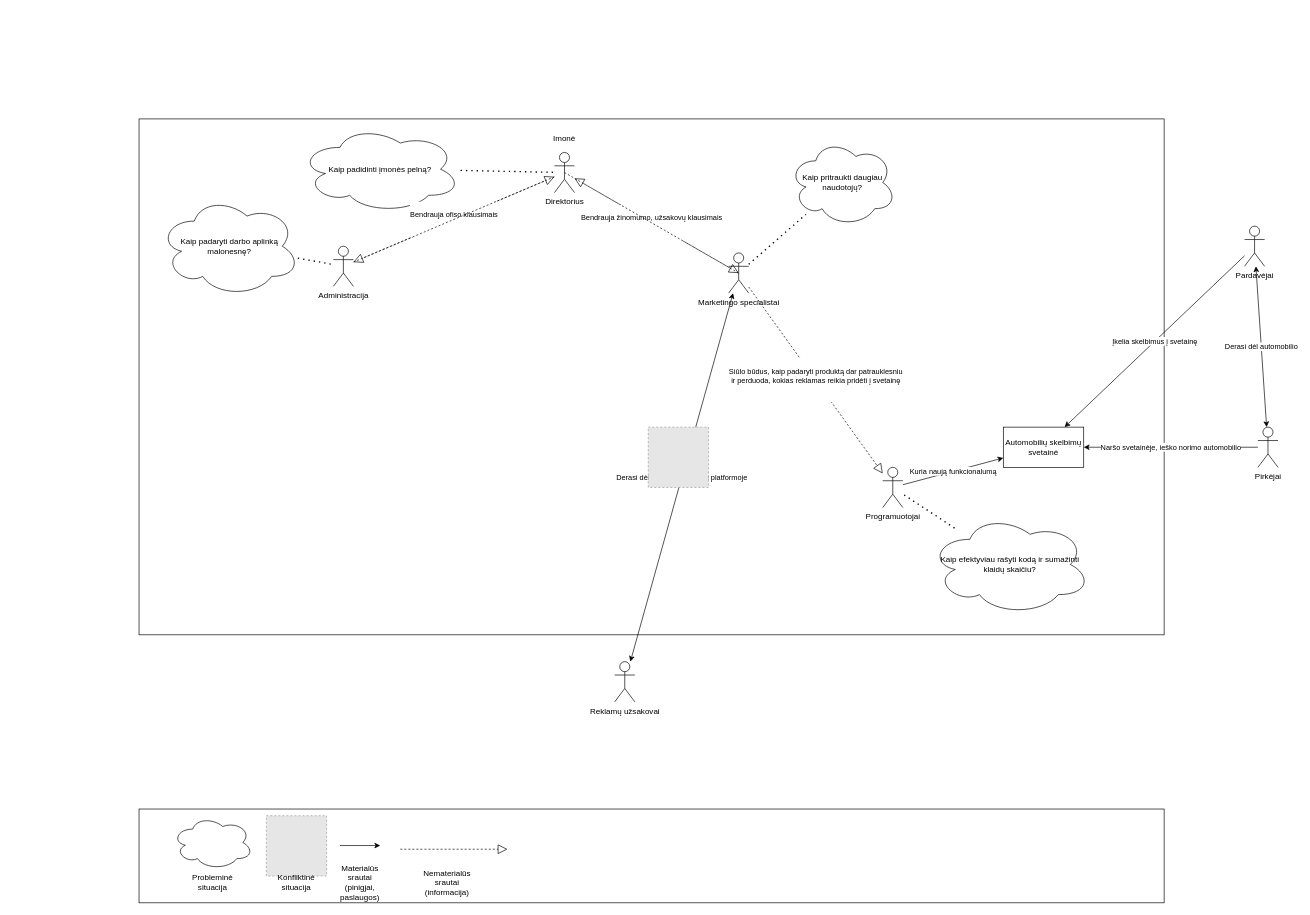
This is Vaizdusis_paveikslelis.drawio from LuckyRads/Car-Marketplace-KP, a draw.io file, before an edit. Source tidied: cells renumbered, new cells numbered last; positions are measured from the earlier drawing's top-left corner, leaving out a move shared by most shapes. Both pictures are drawn from the tidied source at 67%, with x=0, y=0 at pixel (139, 119). Pictures stored in the file or linked from it are replaced by grey dashed boxes.
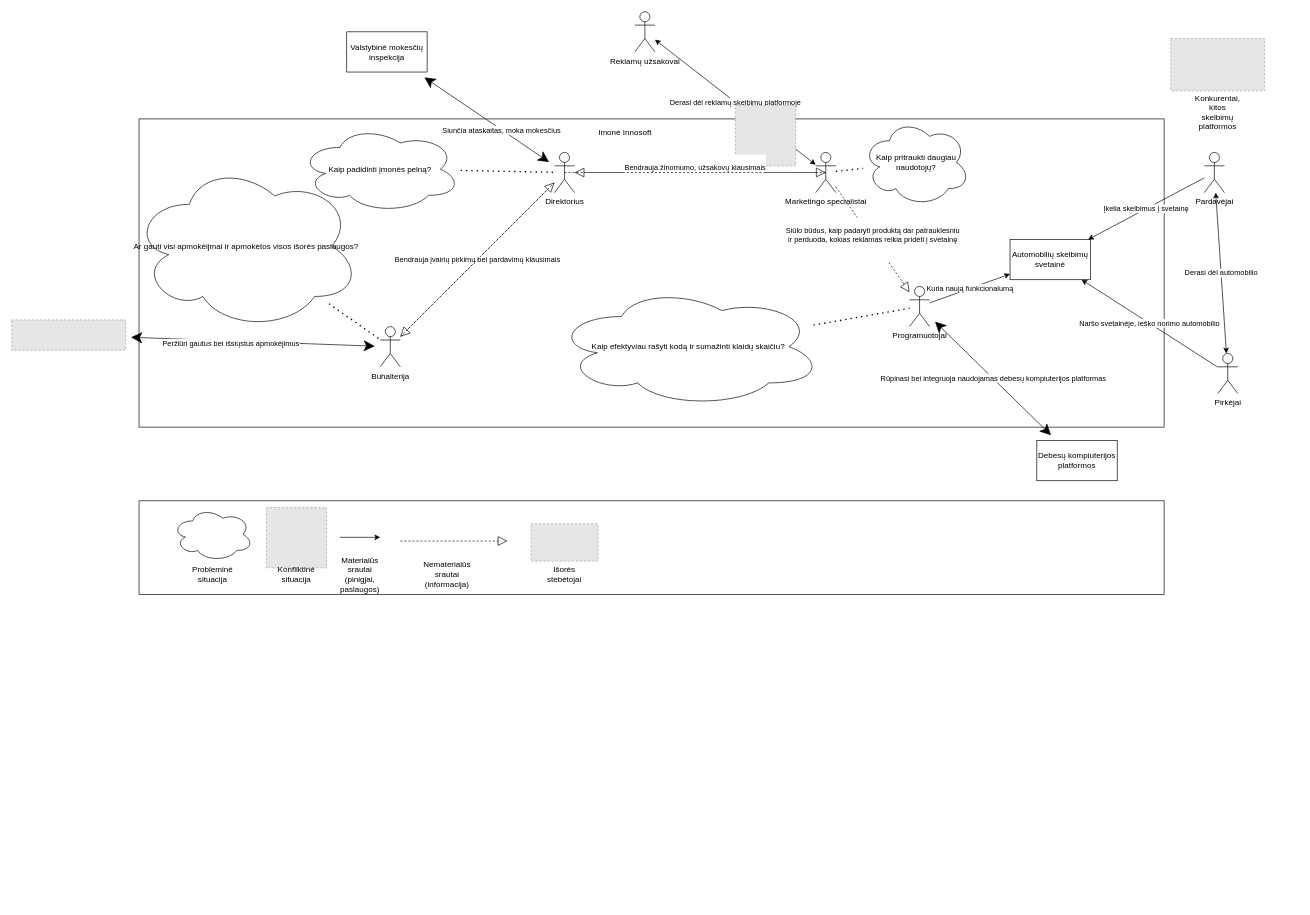
Above is the later version.

Unchanged cells that the change refers to:
```xml
<mxCell id="4" value="&lt;div&gt;Direktorius&lt;/div&gt;" style="shape=umlActor;verticalLabelPosition=bottom;verticalAlign=top;html=1;outlineConnect=0;" parent="1" vertex="1">
  <mxGeometry x="620" y="50" width="30" height="60" as="geometry" />
</mxCell>
```

What changed in the source:
```diff
@@
     <mxCell id="2" style="rounded=0;whiteSpace=wrap;html=1;" parent="1" vertex="1">
-      <mxGeometry width="1530" height="770" as="geometry" />
+      <mxGeometry width="1530" height="460" as="geometry" />
     </mxCell>
-    <mxCell id="3" value="Imonė" style="text;html=1;strokeColor=none;fillColor=none;align=center;verticalAlign=middle;whiteSpace=wrap;rounded=0;" parent="1" vertex="1">
-      <mxGeometry x="615" y="20" width="40" height="20" as="geometry" />
+    <mxCell id="3" value="Imonė Innosoft" style="text;html=1;strokeColor=none;fillColor=none;align=center;verticalAlign=middle;whiteSpace=wrap;rounded=0;" parent="1" vertex="1">
+      <mxGeometry x="672.5" y="10" width="105" height="20" as="geometry" />
     </mxCell>
@@
     <mxCell id="5" value="&lt;div&gt;Programuotojai&lt;/div&gt;" style="shape=umlActor;verticalLabelPosition=bottom;verticalAlign=top;html=1;outlineConnect=0;" parent="1" vertex="1">
-      <mxGeometry x="1110" y="520" width="30" height="60" as="geometry" />
+      <mxGeometry x="1150" y="250" width="30" height="60" as="geometry" />
     </mxCell>
     <mxCell id="6" value="Automobilių skelbimų svetainė" style="rounded=0;whiteSpace=wrap;html=1;" parent="1" vertex="1">
-      <mxGeometry x="1290" y="460" width="120" height="60" as="geometry" />
+      <mxGeometry x="1300" y="180" width="120" height="60" as="geometry" />
     </mxCell>
@@
     <mxCell id="8" value="Marketingo specialistai" style="shape=umlActor;verticalLabelPosition=bottom;verticalAlign=top;html=1;outlineConnect=0;" parent="1" vertex="1">
-      <mxGeometry x="880" y="200" width="30" height="60" as="geometry" />
+      <mxGeometry x="1010" y="50" width="30" height="60" as="geometry" />
     </mxCell>
     <mxCell id="9" value="Pardavėjai" style="shape=umlActor;verticalLabelPosition=bottom;verticalAlign=top;html=1;outlineConnect=0;" parent="1" vertex="1">
-      <mxGeometry x="1650" y="160" width="30" height="60" as="geometry" />
+      <mxGeometry x="1590" y="50" width="30" height="60" as="geometry" />
     </mxCell>
     <mxCell id="10" value="Pirkėjai" style="shape=umlActor;verticalLabelPosition=bottom;verticalAlign=top;html=1;outlineConnect=0;" parent="1" vertex="1">
-      <mxGeometry x="1670" y="460" width="30" height="60" as="geometry" />
+      <mxGeometry x="1610" y="350" width="30" height="60" as="geometry" />
     </mxCell>
     <mxCell id="11" value="Reklamų užsakovai" style="shape=umlActor;verticalLabelPosition=bottom;verticalAlign=top;html=1;outlineConnect=0;" parent="1" vertex="1">
-      <mxGeometry x="710" y="810" width="30" height="60" as="geometry" />
+      <mxGeometry x="740" y="-160" width="30" height="60" as="geometry" />
     </mxCell>
-    <mxCell id="12" value="Administracija" style="shape=umlActor;verticalLabelPosition=bottom;verticalAlign=top;html=1;outlineConnect=0;" parent="1" vertex="1">
-      <mxGeometry x="290" y="190" width="30" height="60" as="geometry" />
+    <mxCell id="12" value="Buhalterija" style="shape=umlActor;verticalLabelPosition=bottom;verticalAlign=top;html=1;outlineConnect=0;" parent="1" vertex="1">
+      <mxGeometry x="360" y="310" width="30" height="60" as="geometry" />
     </mxCell>
@@
     <mxCell id="15" value="Kaip efektyviau rašyti kodą ir sumažinti klaidų skaičiu?" style="ellipse;shape=cloud;whiteSpace=wrap;html=1;" parent="1" vertex="1">
-      <mxGeometry x="1180" y="590" width="240" height="150" as="geometry" />
+      <mxGeometry x="620" y="250" width="400" height="180" as="geometry" />
     </mxCell>
@@
     <mxCell id="17" value="Kaip pritraukti daugiau naudotojų?" style="ellipse;shape=cloud;whiteSpace=wrap;html=1;" parent="1" vertex="1">
-      <mxGeometry x="970" y="30" width="160" height="130" as="geometry" />
+      <mxGeometry x="1080" width="160" height="130" as="geometry" />
     </mxCell>
@@
     <mxCell id="22" style="fillColor=#E6E6E6;strokeColor=#999999;dashed=1;verticalLabelPosition=bottom;labelBackgroundColor=#ffffff;verticalAlign=top;" parent="1" vertex="1">
-      <mxGeometry x="760" y="460" width="90" height="90" as="geometry" />
+      <mxGeometry x="890" y="-20" width="90" height="90" as="geometry" />
     </mxCell>
@@
-    <mxCell id="24" value="Kaip padaryti darbo aplinką malonesnę?" style="ellipse;shape=cloud;whiteSpace=wrap;html=1;" parent="1" vertex="1">
-      <mxGeometry x="30" y="115" width="210" height="150" as="geometry" />
+    <mxCell id="24" value="Ar gauti visi apmokėijmai ir apmokėtos visos išorės paslaugos?" style="ellipse;shape=cloud;whiteSpace=wrap;html=1;" parent="1" vertex="1">
+      <mxGeometry x="-10" y="65" width="340" height="250" as="geometry" />
     </mxCell>
@@
     <mxCell id="26" style="rounded=0;whiteSpace=wrap;html=1;" parent="1" vertex="1">
-      <mxGeometry y="1030" width="1530" height="140" as="geometry" />
+      <mxGeometry y="570" width="1530" height="140" as="geometry" />
     </mxCell>
     <mxCell id="27" style="ellipse;shape=cloud;whiteSpace=wrap;html=1;" parent="1" vertex="1">
-      <mxGeometry x="50" y="1040" width="120" height="80" as="geometry" />
+      <mxGeometry x="50" y="580" width="120" height="80" as="geometry" />
     </mxCell>
     <mxCell id="28" value="Probleminė situacija" style="text;html=1;strokeColor=none;fillColor=none;align=center;verticalAlign=middle;whiteSpace=wrap;rounded=0;" parent="1" vertex="1">
-      <mxGeometry x="90" y="1130" width="40" height="20" as="geometry" />
+      <mxGeometry x="90" y="670" width="40" height="20" as="geometry" />
     </mxCell>
     <mxCell id="29" style="fillColor=#E6E6E6;strokeColor=#999999;dashed=1;verticalLabelPosition=bottom;labelBackgroundColor=#ffffff;verticalAlign=top;" parent="1" vertex="1">
-      <mxGeometry x="190" y="1040" width="90" height="90" as="geometry" />
+      <mxGeometry x="190" y="580" width="90" height="90" as="geometry" />
     </mxCell>
     <mxCell id="30" value="Konfliktinė situacija" style="text;html=1;strokeColor=none;fillColor=none;align=center;verticalAlign=middle;whiteSpace=wrap;rounded=0;" parent="1" vertex="1">
-      <mxGeometry x="215" y="1130" width="40" height="20" as="geometry" />
+      <mxGeometry x="215" y="670" width="40" height="20" as="geometry" />
     </mxCell>
     <mxCell id="31" style="endArrow=classic;html=1;" parent="1" edge="1">
       <mxGeometry relative="1" as="geometry">
-        <mxPoint x="300" y="1084.5" as="sourcePoint" />
-        <mxPoint x="360" y="1084.5" as="targetPoint" />
+        <mxPoint x="300" y="624.5" as="sourcePoint" />
+        <mxPoint x="360" y="624.5" as="targetPoint" />
       </mxGeometry>
     </mxCell>
     <mxCell id="32" value="Materialūs srautai (pinigjai, paslaugos)" style="text;html=1;strokeColor=none;fillColor=none;align=center;verticalAlign=middle;whiteSpace=wrap;rounded=0;" parent="1" vertex="1">
-      <mxGeometry x="310" y="1130" width="40" height="20" as="geometry" />
+      <mxGeometry x="310" y="670" width="40" height="20" as="geometry" />
     </mxCell>
     <mxCell id="33" style="endArrow=block;dashed=1;endFill=0;endSize=12;html=1;" parent="1" edge="1">
       <mxGeometry relative="1" as="geometry">
-        <mxPoint x="390" y="1090" as="sourcePoint" />
-        <mxPoint x="550" y="1090" as="targetPoint" />
+        <mxPoint x="390" y="630" as="sourcePoint" />
+        <mxPoint x="550" y="630" as="targetPoint" />
       </mxGeometry>
     </mxCell>
     <mxCell id="34" value="Nematerialūs srautai (informacija)" style="text;html=1;strokeColor=none;fillColor=none;align=center;verticalAlign=middle;whiteSpace=wrap;rounded=0;" parent="1" vertex="1">
-      <mxGeometry x="440" y="1130" width="40" height="20" as="geometry" />
+      <mxGeometry x="440" y="670" width="40" height="20" as="geometry" />
     </mxCell>
@@
-    <mxCell id="38" value="&#10;Bendrauja ofiso klausimais&#10;&#10;" style="endArrow=block;dashed=1;endFill=0;endSize=12;html=1;" parent="1" edge="1" source="4" target="12">
+    <mxCell id="38" value="Bendrauja įvairių pirkimų bei pardavimų klausimais" style="endArrow=block;dashed=1;endFill=0;endSize=12;html=1;" parent="1" edge="1" source="4" target="12">
       <mxGeometry relative="1" as="geometry" />
     </mxCell>
@@
+    <mxCell id="40" style="fillColor=#E6E6E6;strokeColor=#999999;dashed=1;verticalLabelPosition=bottom;labelBackgroundColor=#ffffff;verticalAlign=top;" parent="1" vertex="1">
+      <mxGeometry x="1540" y="-120" width="140" height="78.1" as="geometry" />
+    </mxCell>
+    <mxCell id="41" style="fillColor=#E6E6E6;strokeColor=#999999;dashed=1;verticalLabelPosition=bottom;labelBackgroundColor=#ffffff;verticalAlign=top;" parent="1" vertex="1">
+      <mxGeometry x="585" y="604.2" width="100" height="55.8" as="geometry" />
+    </mxCell>
+    <mxCell id="42" value="Išorės stebėtojai" style="text;html=1;strokeColor=none;fillColor=none;align=center;verticalAlign=middle;whiteSpace=wrap;rounded=0;hachureGap=4;" parent="1" vertex="1">
+      <mxGeometry x="615" y="670" width="40" height="20" as="geometry" />
+    </mxCell>
+    <mxCell id="43" value="&lt;div&gt;Konkurentai, kitos skelbimų platformos&lt;/div&gt;" style="text;html=1;strokeColor=none;fillColor=none;align=center;verticalAlign=middle;whiteSpace=wrap;rounded=0;hachureGap=4;" parent="1" vertex="1">
+      <mxGeometry x="1590" y="-20" width="40" height="20" as="geometry" />
+    </mxCell>
+    <mxCell id="44" value="Valstybinė mokesčių inspekcija" style="rounded=0;whiteSpace=wrap;html=1;" parent="1" vertex="1">
+      <mxGeometry x="310" y="-130" width="120" height="60" as="geometry" />
+    </mxCell>
+    <mxCell id="45" style="endArrow=classic;startArrow=classic;html=1;startSize=14;endSize=14;sourcePerimeterSpacing=8;targetPerimeterSpacing=8;" parent="1" edge="1" source="44" target="4">
+      <mxGeometry relative="1" as="geometry" />
+    </mxCell>
+    <mxCell id="46" value="Siunčia ataskaitas, moka mokesčius" style="edgeLabel;html=1;align=center;verticalAlign=middle;" parent="45" vertex="1">
+      <mxGeometry x="0.24" relative="1" as="geometry" />
+    </mxCell>
+    <mxCell id="47" style="fillColor=#E6E6E6;strokeColor=#999999;dashed=1;verticalLabelPosition=bottom;labelBackgroundColor=#ffffff;verticalAlign=top;" parent="1" vertex="1">
+      <mxGeometry x="-190" y="300" width="170" height="45.1" as="geometry" />
+    </mxCell>
+    <mxCell id="48" style="endArrow=classic;startArrow=classic;html=1;startSize=14;endSize=14;sourcePerimeterSpacing=8;targetPerimeterSpacing=8;" parent="1" edge="1" source="47" target="12">
+      <mxGeometry relative="1" as="geometry" />
+    </mxCell>
+    <mxCell id="49" value="Peržiūri gautus bei išsiųstus apmokėjimus" style="edgeLabel;html=1;align=center;verticalAlign=middle;" parent="48" vertex="1">
+      <mxGeometry x="-0.18" y="-3" relative="1" as="geometry" />
+    </mxCell>
+    <mxCell id="50" value="Debesų kompiuterijos platformos" style="rounded=0;whiteSpace=wrap;html=1;" parent="1" vertex="1">
+      <mxGeometry x="1340" y="480" width="120" height="60" as="geometry" />
+    </mxCell>
+    <mxCell id="51" value="Rūpinasi bei integruoja naudojamas debesų kompiuterijos platformas" style="endArrow=classic;startArrow=classic;html=1;startSize=14;endSize=14;sourcePerimeterSpacing=8;targetPerimeterSpacing=8;" parent="1" edge="1" source="50" target="5">
+      <mxGeometry relative="1" as="geometry" />
+    </mxCell>
```
